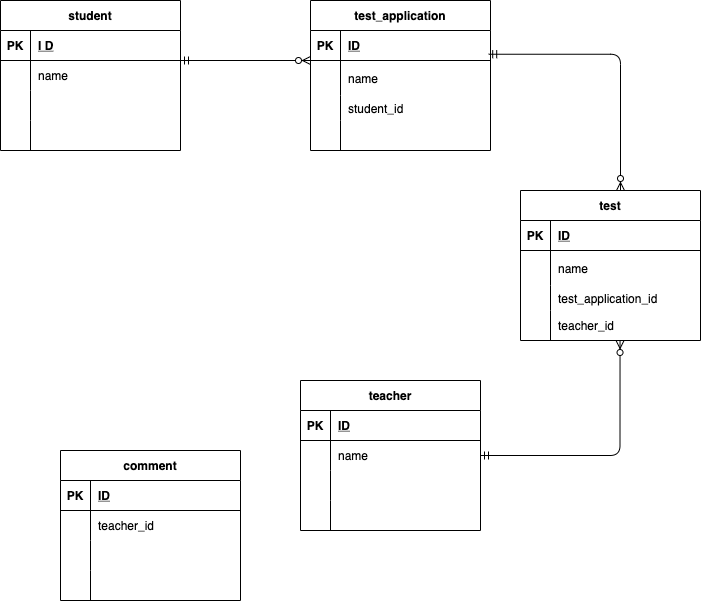
Above: index.drawio.png in daisuke88888/ER (draw.io), before the change. Source tidied: cells renumbered, new cells last; positions are measured from the earlier drawing's top-left corner, leaving out a move shared by most shapes.
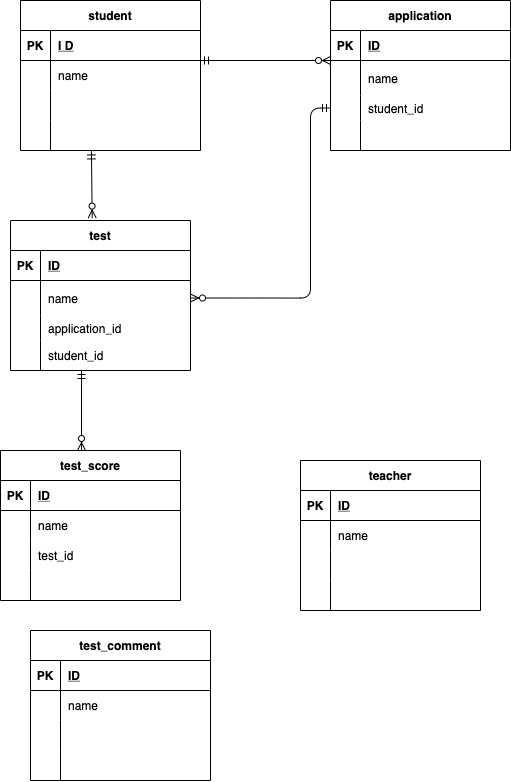
Above is the later version.

The edit, as a diff of the source:
```diff
@@ -42,7 +42,7 @@
       <mxGeometry x="30" width="150" height="30" as="geometry" />
     </mxCell>
     <mxCell id="15" value="test" style="shape=table;startSize=30;rowLines=0;fontStyle=1;align=center;" parent="1" vertex="1">
-      <mxGeometry x="520" y="190" width="180" height="150" as="geometry" />
+      <mxGeometry x="-10" y="220" width="180" height="150" as="geometry" />
     </mxCell>
     <mxCell id="16" style="shape=partialRectangle;fillColor=none;top=0;left=0;bottom=1;right=0;" parent="15" vertex="1">
       <mxGeometry y="30" width="180" height="30" as="geometry" />
@@ -68,7 +68,7 @@
     <mxCell id="23" style="shape=partialRectangle;fillColor=none;top=0;left=0;bottom=0;right=0;overflow=hidden;" parent="22" vertex="1">
       <mxGeometry width="30" height="25" as="geometry" />
     </mxCell>
-    <mxCell id="24" value="test_application_id" style="shape=partialRectangle;fillColor=none;top=0;left=0;bottom=0;right=0;align=left;spacingLeft=6;overflow=hidden;" parent="22" vertex="1">
+    <mxCell id="24" value="application_id" style="shape=partialRectangle;fillColor=none;top=0;left=0;bottom=0;right=0;align=left;spacingLeft=6;overflow=hidden;" parent="22" vertex="1">
       <mxGeometry x="30" width="150" height="25" as="geometry" />
     </mxCell>
     <mxCell id="25" style="shape=partialRectangle;fillColor=none;top=0;left=0;bottom=0;right=0;points=[[0,0.5],[1,0.5]];portConstraint=eastwest;" parent="15" vertex="1">
@@ -77,11 +77,11 @@
     <mxCell id="26" style="shape=partialRectangle;fillColor=none;top=0;left=0;bottom=0;right=0;overflow=hidden;" parent="25" vertex="1">
       <mxGeometry width="30" height="30" as="geometry" />
     </mxCell>
-    <mxCell id="27" value="teacher_id" style="shape=partialRectangle;fillColor=none;top=0;left=0;bottom=0;right=0;align=left;spacingLeft=6;overflow=hidden;" parent="25" vertex="1">
+    <mxCell id="27" value="student_id" style="shape=partialRectangle;fillColor=none;top=0;left=0;bottom=0;right=0;align=left;spacingLeft=6;overflow=hidden;" parent="25" vertex="1">
       <mxGeometry x="30" width="150" height="30" as="geometry" />
     </mxCell>
     <mxCell id="28" value="teacher" style="shape=table;startSize=30;rowLines=0;fontStyle=1;align=center;" parent="1" vertex="1">
-      <mxGeometry x="300" y="380" width="180" height="150" as="geometry" />
+      <mxGeometry x="280" y="460" width="180" height="150" as="geometry" />
     </mxCell>
     <mxCell id="29" style="shape=partialRectangle;fillColor=none;top=0;left=0;bottom=1;right=0;" parent="28" vertex="1">
       <mxGeometry y="30" width="180" height="30" as="geometry" />
@@ -119,8 +119,8 @@
     <mxCell id="40" style="shape=partialRectangle;fillColor=none;top=0;left=0;bottom=0;right=0;align=left;spacingLeft=6;overflow=hidden;" parent="38" vertex="1">
       <mxGeometry x="30" width="150" height="30" as="geometry" />
     </mxCell>
-    <mxCell id="41" value="comment" style="shape=table;startSize=30;rowLines=0;fontStyle=1;align=center;" parent="1" vertex="1">
-      <mxGeometry x="60" y="450" width="180" height="150" as="geometry" />
+    <mxCell id="41" value="test_comment" style="shape=table;startSize=30;rowLines=0;fontStyle=1;align=center;" parent="1" vertex="1">
+      <mxGeometry x="10" y="630" width="180" height="150" as="geometry" />
     </mxCell>
     <mxCell id="42" style="shape=partialRectangle;fillColor=none;top=0;left=0;bottom=1;right=0;" parent="41" vertex="1">
       <mxGeometry y="30" width="180" height="30" as="geometry" />
@@ -137,7 +137,7 @@
     <mxCell id="46" style="shape=partialRectangle;fillColor=none;top=0;left=0;bottom=0;right=0;overflow=hidden;" parent="45" vertex="1">
       <mxGeometry width="30" height="30" as="geometry" />
     </mxCell>
-    <mxCell id="47" value="teacher_id" style="shape=partialRectangle;fillColor=none;top=0;left=0;bottom=0;right=0;align=left;spacingLeft=6;overflow=hidden;" parent="45" vertex="1">
+    <mxCell id="47" value="name" style="shape=partialRectangle;fillColor=none;top=0;left=0;bottom=0;right=0;align=left;spacingLeft=6;overflow=hidden;" parent="45" vertex="1">
       <mxGeometry x="30" width="150" height="30" as="geometry" />
     </mxCell>
     <mxCell id="48" style="shape=partialRectangle;fillColor=none;top=0;left=0;bottom=0;right=0;" parent="41" vertex="1">
@@ -164,7 +164,7 @@
         <mxPoint x="310" y="60" as="targetPoint" />
       </mxGeometry>
     </mxCell>
-    <mxCell id="55" value="test_application" style="shape=table;startSize=30;rowLines=0;fontStyle=1;align=center;" parent="1" vertex="1">
+    <mxCell id="55" value="application" style="shape=table;startSize=30;rowLines=0;fontStyle=1;align=center;" parent="1" vertex="1">
       <mxGeometry x="310" width="180" height="150" as="geometry" />
     </mxCell>
     <mxCell id="56" style="shape=partialRectangle;fillColor=none;top=0;left=0;bottom=1;right=0;" parent="55" vertex="1">
@@ -203,13 +203,61 @@
     <mxCell id="67" style="shape=partialRectangle;fillColor=none;top=0;left=0;bottom=0;right=0;align=left;spacingLeft=6;overflow=hidden;" parent="65" vertex="1">
       <mxGeometry x="30" width="150" height="30" as="geometry" />
     </mxCell>
-    <mxCell id="68" style="fontSize=12;html=1;endArrow=ERzeroToMany;startArrow=ERmandOne;exitX=0.99;exitY=-0.179;exitDx=0;exitDy=0;exitPerimeter=0;edgeStyle=orthogonalEdgeStyle;" parent="1" edge="1" source="59">
-      <mxGeometry relative="1" as="geometry">
-        <mxPoint x="620" y="190" as="targetPoint" />
-      </mxGeometry>
-    </mxCell>
-    <mxCell id="69" style="fontSize=12;html=1;endArrow=ERzeroToMany;startArrow=ERmandOne;exitX=1;exitY=0.5;exitDx=0;exitDy=0;entryX=0.553;entryY=1;entryDx=0;entryDy=0;entryPerimeter=0;edgeStyle=orthogonalEdgeStyle;" parent="1" edge="1" source="32" target="25">
-      <mxGeometry relative="1" as="geometry" />
+    <mxCell id="69" style="fontSize=12;html=1;endArrow=ERzeroToMany;startArrow=ERmandOne;" parent="1" edge="1">
+      <mxGeometry relative="1" as="geometry">
+        <mxPoint x="61" y="370" as="sourcePoint" />
+        <mxPoint x="61" y="450" as="targetPoint" />
+      </mxGeometry>
     </mxCell>
+    <mxCell id="70" value="test_score" style="shape=table;startSize=30;rowLines=0;fontStyle=1;align=center;" parent="1" vertex="1">
+      <mxGeometry x="-20" y="450" width="180" height="150" as="geometry" />
+    </mxCell>
+    <mxCell id="71" style="shape=partialRectangle;fillColor=none;top=0;left=0;bottom=1;right=0;" parent="70" vertex="1">
+      <mxGeometry y="30" width="180" height="30" as="geometry" />
+    </mxCell>
+    <mxCell id="72" value="PK" style="shape=partialRectangle;fillColor=none;top=0;left=0;bottom=0;right=0;fontStyle=1;overflow=hidden;" parent="71" vertex="1">
+      <mxGeometry width="30" height="30" as="geometry" />
+    </mxCell>
+    <mxCell id="73" value="ID" style="shape=partialRectangle;fillColor=none;top=0;left=0;bottom=0;right=0;align=left;spacingLeft=6;fontStyle=5;overflow=hidden;" parent="71" vertex="1">
+      <mxGeometry x="30" width="150" height="30" as="geometry" />
+    </mxCell>
+    <mxCell id="74" style="shape=partialRectangle;fillColor=none;top=0;left=0;bottom=0;right=0;" parent="70" vertex="1">
+      <mxGeometry y="60" width="180" height="30" as="geometry" />
+    </mxCell>
+    <mxCell id="75" style="shape=partialRectangle;fillColor=none;top=0;left=0;bottom=0;right=0;overflow=hidden;" parent="74" vertex="1">
+      <mxGeometry width="30" height="30" as="geometry" />
+    </mxCell>
+    <mxCell id="76" value="name" style="shape=partialRectangle;fillColor=none;top=0;left=0;bottom=0;right=0;align=left;spacingLeft=6;overflow=hidden;" parent="74" vertex="1">
+      <mxGeometry x="30" width="150" height="30" as="geometry" />
+    </mxCell>
+    <mxCell id="77" style="shape=partialRectangle;fillColor=none;top=0;left=0;bottom=0;right=0;" parent="70" vertex="1">
+      <mxGeometry y="90" width="180" height="30" as="geometry" />
+    </mxCell>
+    <mxCell id="78" style="shape=partialRectangle;fillColor=none;top=0;left=0;bottom=0;right=0;overflow=hidden;" parent="77" vertex="1">
+      <mxGeometry width="30" height="30" as="geometry" />
+    </mxCell>
+    <mxCell id="79" value="test_id" style="shape=partialRectangle;fillColor=none;top=0;left=0;bottom=0;right=0;align=left;spacingLeft=6;overflow=hidden;" parent="77" vertex="1">
+      <mxGeometry x="30" width="150" height="30" as="geometry" />
+    </mxCell>
+    <mxCell id="80" style="shape=partialRectangle;fillColor=none;top=0;left=0;bottom=0;right=0;" parent="70" vertex="1">
+      <mxGeometry y="120" width="180" height="30" as="geometry" />
+    </mxCell>
+    <mxCell id="81" style="shape=partialRectangle;fillColor=none;top=0;left=0;bottom=0;right=0;overflow=hidden;" parent="80" vertex="1">
+      <mxGeometry width="30" height="30" as="geometry" />
+    </mxCell>
+    <mxCell id="82" style="shape=partialRectangle;fillColor=none;top=0;left=0;bottom=0;right=0;align=left;spacingLeft=6;overflow=hidden;" parent="80" vertex="1">
+      <mxGeometry x="30" width="150" height="30" as="geometry" />
+    </mxCell>
+    <mxCell id="83" style="fontSize=12;html=1;endArrow=ERzeroToMany;startArrow=ERmandOne;entryX=0.454;entryY=-0.016;entryDx=0;entryDy=0;entryPerimeter=0;exitX=0.394;exitY=1.014;exitDx=0;exitDy=0;exitPerimeter=0;" parent="1" edge="1" source="12" target="15">
+      <mxGeometry relative="1" as="geometry" />
+    </mxCell>
+    <mxCell id="84" style="fontSize=12;html=1;endArrow=ERzeroToMany;startArrow=ERmandOne;entryX=1;entryY=0.5;entryDx=0;entryDy=0;exitX=0;exitY=0.5;exitDx=0;exitDy=0;edgeStyle=orthogonalEdgeStyle;" parent="1" edge="1" source="62" target="19">
+      <mxGeometry relative="1" as="geometry">
+        <Array as="points">
+          <mxPoint x="290" y="108" />
+          <mxPoint x="290" y="298" />
+        </Array>
+      </mxGeometry>
+    </mxCell>
   </root>
 </mxGraphModel>
```
